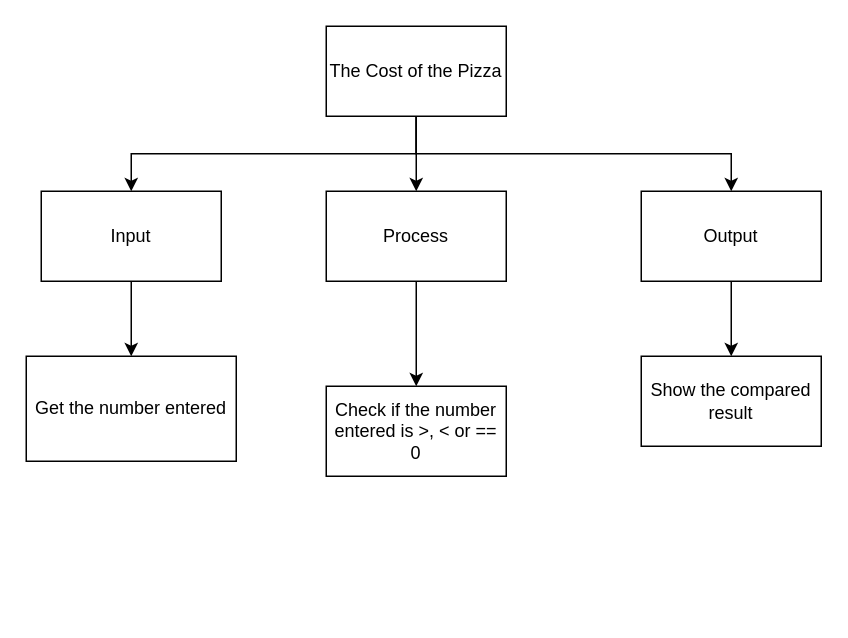
Earlier version of the draw.io diagram design.top-down.drawio (Yiyun-Qin/ICS3U-Unit3-08-Python). Source tidied: cells renumbered, new cells numbered last; positions are measured from the earlier drawing's top-left corner, leaving out a move shared by most shapes. Both pictures are drawn from the tidied source at 150%, with x=0, y=0 at pixel (26, 26).
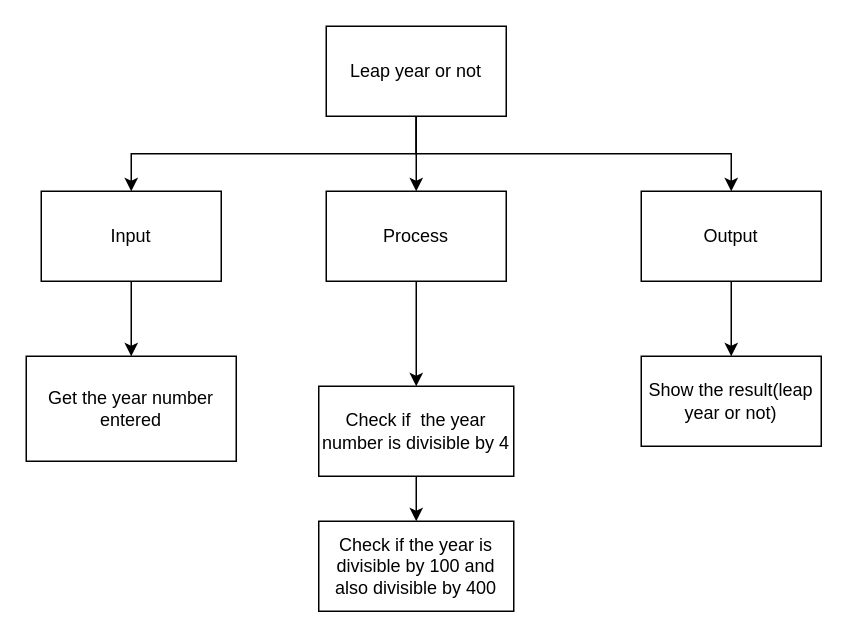
Above is the later version.

Commit message (it also covers changes not shown here):
leap year int

Diff of the diagram source:
```diff
@@
 <mxGraphModel>
   <root>
     <mxCell id="0" />
     <mxCell id="1" parent="0" />
     <mxCell id="2" style="edgeStyle=orthogonalEdgeStyle;html=1;exitX=0.5;exitY=1;exitDx=0;exitDy=0;entryX=0.5;entryY=0;entryDx=0;entryDy=0;rounded=0;" parent="1" edge="1" source="5" target="7">
       <mxGeometry relative="1" as="geometry" />
     </mxCell>
     <mxCell id="3" style="edgeStyle=orthogonalEdgeStyle;rounded=0;html=1;exitX=0.5;exitY=1;exitDx=0;exitDy=0;entryX=0.5;entryY=0;entryDx=0;entryDy=0;" parent="1" edge="1" source="5" target="9">
       <mxGeometry relative="1" as="geometry" />
     </mxCell>
     <mxCell id="4" style="edgeStyle=orthogonalEdgeStyle;rounded=0;html=1;exitX=0.5;exitY=1;exitDx=0;exitDy=0;entryX=0.5;entryY=0;entryDx=0;entryDy=0;" parent="1" edge="1" source="5" target="11">
       <mxGeometry relative="1" as="geometry" />
     </mxCell>
-    <mxCell id="5" value="The Cost of the Pizza" style="rounded=0;whiteSpace=wrap;html=1;" parent="1" vertex="1">
+    <mxCell id="5" value="Leap year or not" style="rounded=0;whiteSpace=wrap;html=1;" parent="1" vertex="1">
       <mxGeometry x="200" width="120" height="60" as="geometry" />
     </mxCell>
     <mxCell id="6" style="edgeStyle=orthogonalEdgeStyle;rounded=0;html=1;exitX=0.5;exitY=1;exitDx=0;exitDy=0;entryX=0.5;entryY=0;entryDx=0;entryDy=0;" parent="1" edge="1" source="7" target="12">
       <mxGeometry relative="1" as="geometry" />
     </mxCell>
     <mxCell id="7" value="Input" style="rounded=0;whiteSpace=wrap;html=1;" parent="1" vertex="1">
       <mxGeometry x="10" y="110" width="120" height="60" as="geometry" />
     </mxCell>
     <mxCell id="8" style="edgeStyle=orthogonalEdgeStyle;rounded=0;html=1;exitX=0.5;exitY=1;exitDx=0;exitDy=0;entryX=0.5;entryY=0;entryDx=0;entryDy=0;" parent="1" edge="1" source="9" target="13">
       <mxGeometry relative="1" as="geometry" />
     </mxCell>
     <mxCell id="9" value="Process" style="rounded=0;whiteSpace=wrap;html=1;" parent="1" vertex="1">
       <mxGeometry x="200" y="110" width="120" height="60" as="geometry" />
     </mxCell>
     <mxCell id="10" style="edgeStyle=orthogonalEdgeStyle;rounded=0;html=1;exitX=0.5;exitY=1;exitDx=0;exitDy=0;entryX=0.5;entryY=0;entryDx=0;entryDy=0;" parent="1" edge="1" source="11" target="14">
       <mxGeometry relative="1" as="geometry" />
     </mxCell>
     <mxCell id="11" value="Output" style="rounded=0;whiteSpace=wrap;html=1;" parent="1" vertex="1">
       <mxGeometry x="410" y="110" width="120" height="60" as="geometry" />
     </mxCell>
-    <mxCell id="12" value="Get the number entered" style="rounded=0;whiteSpace=wrap;html=1;" parent="1" vertex="1">
+    <mxCell id="12" value="Get the year number entered" style="rounded=0;whiteSpace=wrap;html=1;" parent="1" vertex="1">
       <mxGeometry y="220" width="140" height="70" as="geometry" />
     </mxCell>
+    <mxCell id="15" style="edgeStyle=none;html=1;exitX=0.5;exitY=1;exitDx=0;exitDy=0;entryX=0.5;entryY=0;entryDx=0;entryDy=0;" parent="1" edge="1" source="13" target="16">
+      <mxGeometry relative="1" as="geometry" />
+    </mxCell>
-    <mxCell id="13" value="Check if the number entered is &amp;gt;, &amp;lt; or == 0" style="rounded=0;whiteSpace=wrap;html=1;" parent="1" vertex="1">
-      <mxGeometry x="200" y="240" width="120" height="60" as="geometry" />
+    <mxCell id="13" value="Check if&amp;nbsp; the year number is divisible by 4" style="rounded=0;whiteSpace=wrap;html=1;" parent="1" vertex="1">
+      <mxGeometry x="195" y="240" width="130" height="60" as="geometry" />
     </mxCell>
-    <mxCell id="14" value="Show the compared result" style="rounded=0;whiteSpace=wrap;html=1;" parent="1" vertex="1">
+    <mxCell id="14" value="Show the result(leap year or not)" style="rounded=0;whiteSpace=wrap;html=1;" parent="1" vertex="1">
       <mxGeometry x="410" y="220" width="120" height="60" as="geometry" />
     </mxCell>
+    <mxCell id="16" value="Check if the year is divisible by 100 and also divisible by 400" style="rounded=0;whiteSpace=wrap;html=1;" parent="1" vertex="1">
+      <mxGeometry x="195" y="330" width="130" height="60" as="geometry" />
+    </mxCell>
   </root>
 </mxGraphModel>
```
